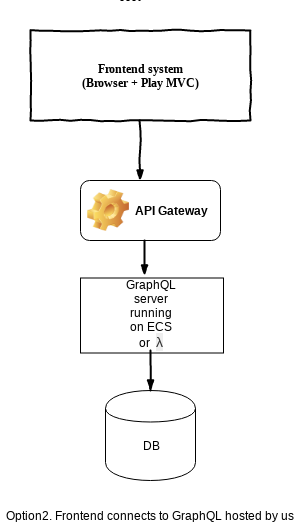
The draw.io diagram technology-considerations/images/GraphQLSelfHosted.png in nationalarchives/tdr-dev-documentation, before a commit. Source tidied: cells renumbered, new cells last; positions are measured from the earlier drawing's top-left corner, leaving out a move shared by most shapes.
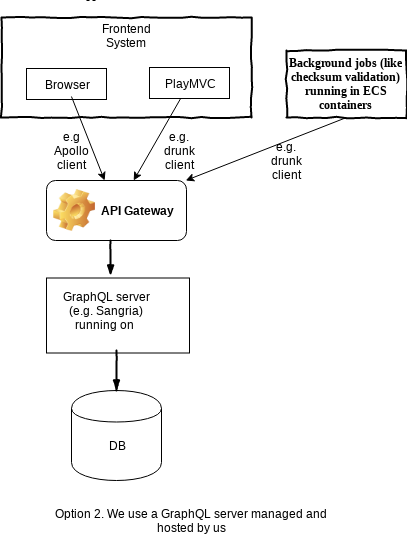
Later version of the same file.

Diff of the diagram source:
```diff
@@ -2,49 +2,78 @@
   <root>
     <mxCell id="0" />
     <mxCell id="1" parent="0" />
-    <mxCell id="2" value="Frontend system&lt;br&gt;(Browser + Play MVC)" style="html=1;whiteSpace=wrap;comic=1;strokeWidth=2;fontFamily=Comic Sans MS;fontStyle=1;" parent="1" vertex="1">
-      <mxGeometry x="30" y="30" width="220" height="90" as="geometry" />
+    <mxCell id="2" value="API Gateway" style="label;whiteSpace=wrap;html=1;image=img/clipart/Gear_128x128.png;" parent="1" vertex="1">
+      <mxGeometry x="80" y="180" width="140" height="60" as="geometry" />
     </mxCell>
-    <mxCell id="3" style="rounded=0;comic=1;strokeWidth=2;endArrow=blockThin;html=1;fontFamily=Comic Sans MS;fontStyle=1;" parent="1" edge="1">
-      <mxGeometry relative="1" as="geometry">
-        <mxPoint x="139.5" y="120" as="sourcePoint" />
-        <mxPoint x="139.5" y="180" as="targetPoint" />
-      </mxGeometry>
+    <mxCell id="3" style="rounded=0;whiteSpace=wrap;html=1;" parent="1" vertex="1">
+      <mxGeometry x="80" y="277.5" width="143" height="75" as="geometry" />
     </mxCell>
-    <mxCell id="4" value="API Gateway" style="label;whiteSpace=wrap;html=1;image=img/clipart/Gear_128x128.png;" parent="1" vertex="1">
-      <mxGeometry x="80" y="180" width="140" height="60" as="geometry" />
+    <mxCell id="4" style="shape=cylinder;whiteSpace=wrap;html=1;boundedLbl=1;backgroundOutline=1;" parent="1" vertex="1">
+      <mxGeometry x="105" y="390" width="90" height="90" as="geometry" />
     </mxCell>
-    <mxCell id="5" style="rounded=0;whiteSpace=wrap;html=1;" parent="1" vertex="1">
-      <mxGeometry x="80" y="277.5" width="143" height="75" as="geometry" />
+    <mxCell id="5" value="DB" style="text;html=1;strokeColor=none;fillColor=none;align=center;verticalAlign=middle;whiteSpace=wrap;rounded=0;" parent="1" vertex="1">
+      <mxGeometry x="130" y="435" width="40" height="20" as="geometry" />
     </mxCell>
-    <mxCell id="6" value="GraphQL server running on ECS or&amp;nbsp;&amp;nbsp;&lt;span style=&quot;color: rgb(51 , 51 , 51) ; font-family: &amp;#34;pt sans&amp;#34; , sans-serif ; font-size: 14px ; background-color: rgb(238 , 238 , 238)&quot;&gt;λ&lt;br&gt;&lt;br&gt;&lt;/span&gt;" style="text;html=1;strokeColor=none;fillColor=none;align=center;verticalAlign=middle;whiteSpace=wrap;rounded=0;direction=south;" parent="1" vertex="1">
-      <mxGeometry x="141.5" y="286" width="17" height="70" as="geometry" />
+    <mxCell id="6" style="endArrow=none;dashed=1;html=1;" parent="1" edge="1">
+      <mxGeometry relative="1" as="geometry">
+        <mxPoint x="120" as="sourcePoint" />
+        <mxPoint x="130" as="targetPoint" />
+      </mxGeometry>
     </mxCell>
-    <mxCell id="7" style="shape=cylinder;whiteSpace=wrap;html=1;boundedLbl=1;backgroundOutline=1;" parent="1" vertex="1">
-      <mxGeometry x="105" y="390" width="90" height="90" as="geometry" />
+    <mxCell id="7" style="rounded=0;comic=1;strokeWidth=2;endArrow=blockThin;html=1;fontFamily=Comic Sans MS;fontStyle=1;exitX=0.457;exitY=1;exitDx=0;exitDy=0;exitPerimeter=0;entryX=0.448;entryY=-0.033;entryDx=0;entryDy=0;entryPerimeter=0;" parent="1" edge="1" source="2" target="3">
+      <mxGeometry relative="1" as="geometry" />
     </mxCell>
-    <mxCell id="8" value="DB" style="text;html=1;strokeColor=none;fillColor=none;align=center;verticalAlign=middle;whiteSpace=wrap;rounded=0;" parent="1" vertex="1">
-      <mxGeometry x="130" y="435" width="40" height="20" as="geometry" />
+    <mxCell id="8" style="rounded=0;comic=1;strokeWidth=2;endArrow=blockThin;html=1;fontFamily=Comic Sans MS;fontStyle=1;" parent="1" edge="1" target="4">
+      <mxGeometry relative="1" as="geometry">
+        <mxPoint x="150" y="350" as="sourcePoint" />
+        <Array as="points">
+          <mxPoint x="150" y="390" />
+        </Array>
+      </mxGeometry>
     </mxCell>
-    <mxCell id="9" value="Option2. Frontend connects to GraphQL hosted by us&amp;nbsp;" style="text;html=1;strokeColor=none;fillColor=none;align=center;verticalAlign=middle;whiteSpace=wrap;rounded=0;" parent="1" vertex="1">
-      <mxGeometry y="500" width="300" height="30" as="geometry" />
+    <mxCell id="9" value="Background jobs (like checksum validation) running in ECS containers" style="html=1;whiteSpace=wrap;comic=1;strokeWidth=2;fontFamily=Comic Sans MS;fontStyle=1;" parent="1" vertex="1">
+      <mxGeometry x="320" y="50" width="120" height="67" as="geometry" />
     </mxCell>
-    <mxCell id="10" style="endArrow=none;dashed=1;html=1;" parent="1" edge="1">
+    <mxCell id="10" style="endArrow=classic;html=1;exitX=0.5;exitY=1;exitDx=0;exitDy=0;" parent="1" edge="1" source="9">
       <mxGeometry relative="1" as="geometry">
-        <mxPoint x="120" as="sourcePoint" />
-        <mxPoint x="140" as="targetPoint" />
+        <mxPoint x="219.2" y="180" as="targetPoint" />
       </mxGeometry>
     </mxCell>
-    <mxCell id="11" style="rounded=0;comic=1;strokeWidth=2;endArrow=blockThin;html=1;fontFamily=Comic Sans MS;fontStyle=1;exitX=0.457;exitY=1;exitDx=0;exitDy=0;exitPerimeter=0;entryX=0.448;entryY=-0.033;entryDx=0;entryDy=0;entryPerimeter=0;" parent="1" edge="1" source="4" target="5">
-      <mxGeometry relative="1" as="geometry" />
+    <mxCell id="11" value="e.g Apollo client" style="text;html=1;strokeColor=none;fillColor=none;align=center;verticalAlign=middle;whiteSpace=wrap;rounded=0;" parent="1" vertex="1">
+      <mxGeometry x="85" y="140" width="40" height="20" as="geometry" />
     </mxCell>
-    <mxCell id="12" style="rounded=0;comic=1;strokeWidth=2;endArrow=blockThin;html=1;fontFamily=Comic Sans MS;fontStyle=1;" parent="1" edge="1" target="7">
-      <mxGeometry relative="1" as="geometry">
-        <mxPoint x="150" y="350" as="sourcePoint" />
-        <Array as="points">
-          <mxPoint x="150" y="390" />
-        </Array>
-      </mxGeometry>
+    <mxCell id="12" value="e.g. drunk client" style="text;html=1;strokeColor=none;fillColor=none;align=center;verticalAlign=middle;whiteSpace=wrap;rounded=0;" parent="1" vertex="1">
+      <mxGeometry x="300" y="150" width="40" height="20" as="geometry" />
     </mxCell>
+    <mxCell id="13" value="Option 2. We use a GraphQL server managed and hosted by us" style="text;html=1;strokeColor=none;fillColor=none;align=center;verticalAlign=middle;whiteSpace=wrap;rounded=0;" parent="1" vertex="1">
+      <mxGeometry x="70" y="500" width="310" height="40" as="geometry" />
+    </mxCell>
+    <mxCell id="14" value="GraphQL server (e.g. Sangria) running on&amp;nbsp;" style="text;html=1;strokeColor=none;fillColor=none;align=center;verticalAlign=middle;whiteSpace=wrap;rounded=0;" parent="1" vertex="1">
+      <mxGeometry x="90" y="300" width="100" height="20" as="geometry" />
+    </mxCell>
+    <mxCell id="15" style="html=1;whiteSpace=wrap;comic=1;strokeWidth=2;fontFamily=Comic Sans MS;fontStyle=1;" parent="1" vertex="1">
+      <mxGeometry x="35" y="17" width="250" height="100" as="geometry" />
+    </mxCell>
+    <mxCell id="16" style="rounded=0;whiteSpace=wrap;html=1;" parent="1" vertex="1">
+      <mxGeometry x="60" y="68" width="80" height="31" as="geometry" />
+    </mxCell>
+    <mxCell id="17" value="PlayMVC" style="rounded=0;whiteSpace=wrap;html=1;" parent="1" vertex="1">
+      <mxGeometry x="183" y="67" width="80" height="31" as="geometry" />
+    </mxCell>
+    <mxCell id="18" value="Frontend System" style="text;html=1;strokeColor=none;fillColor=none;align=center;verticalAlign=middle;whiteSpace=wrap;rounded=0;" parent="1" vertex="1">
+      <mxGeometry x="125" y="20" width="70" height="30" as="geometry" />
+    </mxCell>
+    <mxCell id="19" value="Browser" style="text;html=1;strokeColor=none;fillColor=none;align=center;verticalAlign=middle;whiteSpace=wrap;rounded=0;" parent="1" vertex="1">
+      <mxGeometry x="80" y="71" width="40" height="25" as="geometry" />
+    </mxCell>
+    <mxCell id="20" style="endArrow=classic;html=1;" parent="1" edge="1" source="19" target="2">
+      <mxGeometry relative="1" as="geometry" />
+    </mxCell>
+    <mxCell id="21" style="endArrow=classic;html=1;" parent="1" edge="1" source="17" target="2">
+      <mxGeometry relative="1" as="geometry" />
+    </mxCell>
+    <mxCell id="22" value="e.g. drunk client" style="text;html=1;strokeColor=none;fillColor=none;align=center;verticalAlign=middle;whiteSpace=wrap;rounded=0;" parent="1" vertex="1">
+      <mxGeometry x="192.5" y="120" width="40" height="60" as="geometry" />
+    </mxCell>
   </root>
 </mxGraphModel>
```
